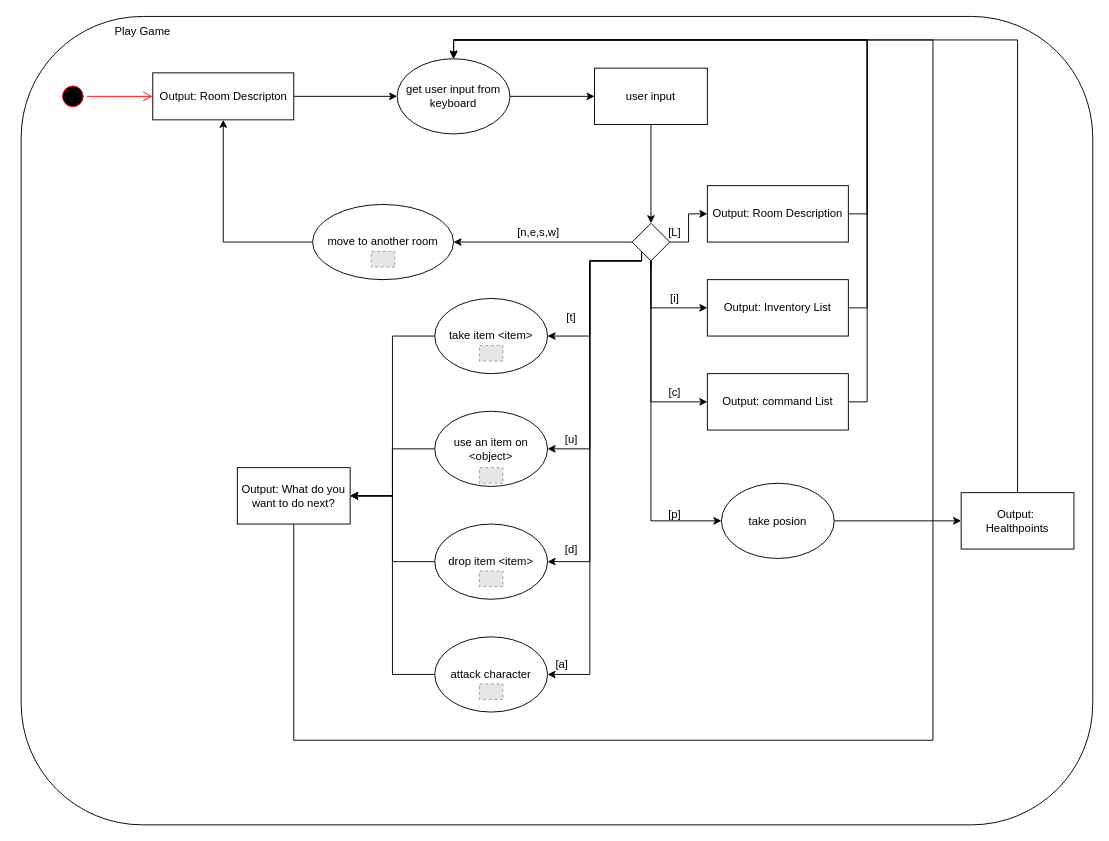
The draw.io diagram Concept/ActivityDiagram/ActivityDiagramPlayGame.drawio in sabinecelina/SDAbschlussaufgabe, before the edit. Source tidied: cells renumbered, new cells numbered last; positions are measured from the earlier drawing's top-left corner, leaving out a move shared by most shapes. Both pictures are drawn from the tidied source at 94%, with x=0, y=0 at pixel (21, 16). Pictures stored in the file or linked from it are replaced by grey dashed boxes.
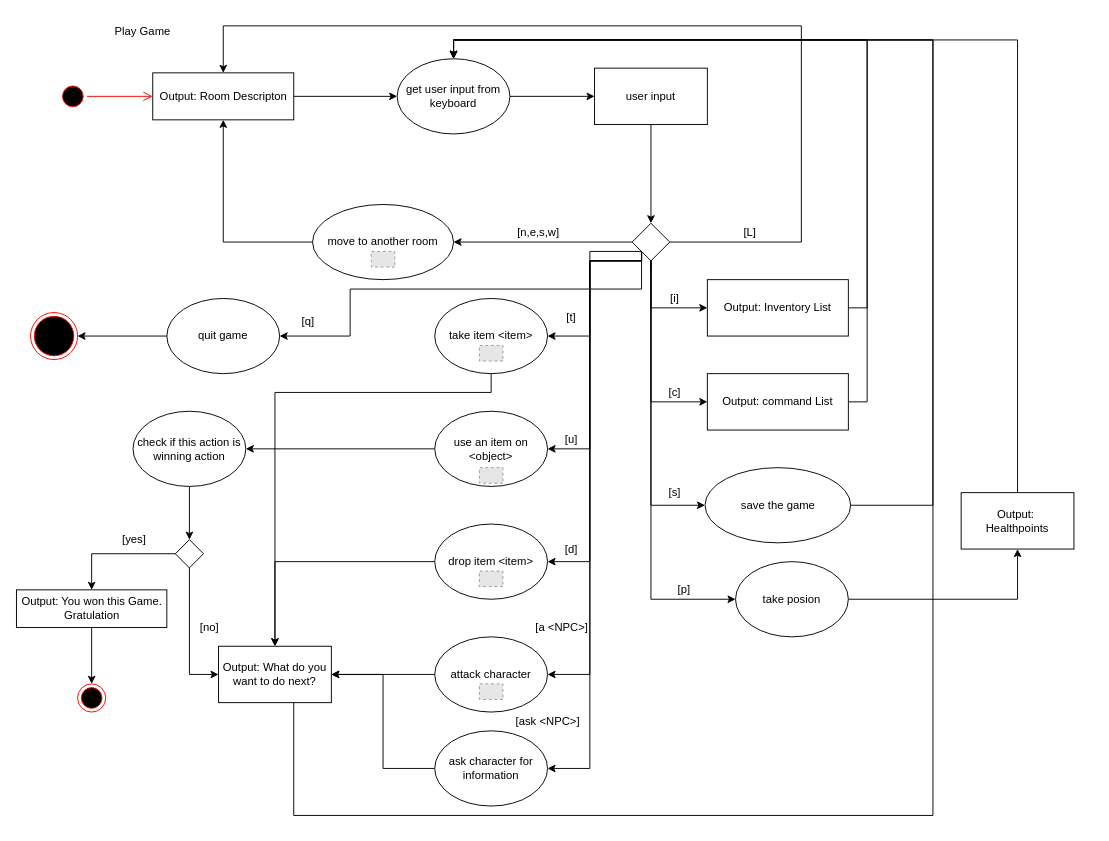
After the change.

Commit message (it also covers changes not shown here):
changed activity diagram

The change refers to these unchanged cells:
```xml
<mxCell id="4" value="Output: Room Descripton" style="html=1;" parent="1" vertex="1">
  <mxGeometry x="140" y="60" width="150" height="50" as="geometry" />
</mxCell>
<mxCell id="8" value="get user input from keyboard" style="ellipse;whiteSpace=wrap;html=1;" parent="1" vertex="1">
  <mxGeometry x="400" y="45" width="120" height="80" as="geometry" />
</mxCell>
<mxCell id="20" style="rhombus;whiteSpace=wrap;html=1;" parent="1" vertex="1">
  <mxGeometry x="650" y="220" width="40" height="40" as="geometry" />
</mxCell>
<mxCell id="33" value="take item &amp;lt;item&amp;gt;" style="ellipse;whiteSpace=wrap;html=1;" parent="1" vertex="1">
  <mxGeometry x="440" y="300" width="120" height="80" as="geometry" />
</mxCell>
<mxCell id="35" value="use an item on &amp;lt;object&amp;gt;" style="ellipse;whiteSpace=wrap;html=1;" parent="1" vertex="1">
  <mxGeometry x="440" y="420" width="120" height="80" as="geometry" />
</mxCell>
<mxCell id="37" value="drop item &amp;lt;item&amp;gt;" style="ellipse;whiteSpace=wrap;html=1;" parent="1" vertex="1">
  <mxGeometry x="440" y="540" width="120" height="80" as="geometry" />
</mxCell>
<mxCell id="47" value="Output:&amp;nbsp;&lt;br&gt;Healthpoints" style="rounded=0;whiteSpace=wrap;html=1;" parent="1" vertex="1">
  <mxGeometry x="1000" y="506.6" width="120" height="60" as="geometry" />
</mxCell>
```

The edit, as a diff of the source:
```diff
@@
-    <mxCell id="2" style="rounded=1;whiteSpace=wrap;html=1;" parent="1" vertex="1">
-      <mxGeometry width="1140" height="860" as="geometry" />
-    </mxCell>
@@
-    <mxCell id="11" style="edgeStyle=orthogonalEdgeStyle;rounded=0;jettySize=auto;html=1;" parent="1" edge="1" source="20" target="22">
-      <mxGeometry relative="1" as="geometry" />
-    </mxCell>
@@
     <mxCell id="19" style="edgeStyle=orthogonalEdgeStyle;rounded=0;jettySize=auto;html=1;entryX=0;entryY=0.5;entryDx=0;entryDy=0;" parent="1" edge="1" source="20" target="45">
       <mxGeometry relative="1" as="geometry">
         <Array as="points">
-          <mxPoint x="670" y="537" />
+          <mxPoint x="670" y="620" />
         </Array>
       </mxGeometry>
     </mxCell>
+    <mxCell id="58" style="edgeStyle=orthogonalEdgeStyle;rounded=0;jettySize=auto;html=1;exitX=0;exitY=1;exitDx=0;exitDy=0;entryX=1;entryY=0.5;entryDx=0;entryDy=0;" parent="1" edge="1" source="20" target="64">
+      <mxGeometry relative="1" as="geometry">
+        <Array as="points">
+          <mxPoint x="660" y="290" />
+          <mxPoint x="350" y="290" />
+          <mxPoint x="350" y="340" />
+        </Array>
+      </mxGeometry>
+    </mxCell>
+    <mxCell id="59" style="edgeStyle=orthogonalEdgeStyle;rounded=0;jettySize=auto;html=1;exitX=0.5;exitY=1;exitDx=0;exitDy=0;entryX=0;entryY=0.5;entryDx=0;entryDy=0;" parent="1" edge="1" source="20" target="68">
+      <mxGeometry relative="1" as="geometry" />
+    </mxCell>
+    <mxCell id="60" style="edgeStyle=orthogonalEdgeStyle;rounded=0;jettySize=auto;html=1;exitX=0;exitY=1;exitDx=0;exitDy=0;entryX=1;entryY=0.5;entryDx=0;entryDy=0;" parent="1" edge="1" source="20" target="81">
+      <mxGeometry relative="1" as="geometry" />
+    </mxCell>
+    <mxCell id="61" style="edgeStyle=orthogonalEdgeStyle;rounded=0;jettySize=auto;html=1;exitX=1;exitY=0.5;exitDx=0;exitDy=0;entryX=0.5;entryY=0;entryDx=0;entryDy=0;" parent="1" edge="1" source="20" target="4">
+      <mxGeometry relative="1" as="geometry">
+        <Array as="points">
+          <mxPoint x="830" y="240" />
+          <mxPoint x="830" y="10" />
+          <mxPoint x="215" y="10" />
+        </Array>
+      </mxGeometry>
+    </mxCell>
@@
-    <mxCell id="21" style="edgeStyle=orthogonalEdgeStyle;rounded=0;jettySize=auto;html=1;exitX=1;exitY=0.5;exitDx=0;exitDy=0;entryX=0.5;entryY=0;entryDx=0;entryDy=0;" parent="1" edge="1" source="22" target="8">
-      <mxGeometry relative="1" as="geometry" />
-    </mxCell>
-    <mxCell id="22" value="Output: Room Description" style="rounded=0;whiteSpace=wrap;html=1;" parent="1" vertex="1">
-      <mxGeometry x="730" y="180" width="150" height="60" as="geometry" />
-    </mxCell>
     <mxCell id="23" value="[L]" style="text;html=1;align=center;verticalAlign=middle;" parent="1" vertex="1">
-      <mxGeometry x="680" y="220" width="30" height="20" as="geometry" />
+      <mxGeometry x="760" y="220" width="30" height="20" as="geometry" />
     </mxCell>
@@
-    <mxCell id="32" style="edgeStyle=orthogonalEdgeStyle;rounded=0;jettySize=auto;html=1;entryX=1;entryY=0.5;entryDx=0;entryDy=0;" parent="1" edge="1" source="33" target="55">
-      <mxGeometry relative="1" as="geometry" />
+    <mxCell id="32" style="edgeStyle=orthogonalEdgeStyle;rounded=0;jettySize=auto;html=1;" parent="1" edge="1" source="33" target="55">
+      <mxGeometry relative="1" as="geometry">
+        <Array as="points">
+          <mxPoint x="500" y="400" />
+          <mxPoint x="270" y="400" />
+        </Array>
+      </mxGeometry>
     </mxCell>
@@
-    <mxCell id="34" style="edgeStyle=orthogonalEdgeStyle;rounded=0;jettySize=auto;html=1;entryX=1;entryY=0.5;entryDx=0;entryDy=0;" parent="1" edge="1" source="35" target="55">
-      <mxGeometry relative="1" as="geometry" />
-    </mxCell>
+    <mxCell id="62" style="edgeStyle=orthogonalEdgeStyle;rounded=0;jettySize=auto;html=1;" parent="1" edge="1" source="35" target="71">
+      <mxGeometry relative="1" as="geometry" />
+    </mxCell>
@@
-    <mxCell id="36" style="edgeStyle=orthogonalEdgeStyle;rounded=0;jettySize=auto;html=1;entryX=1;entryY=0.5;entryDx=0;entryDy=0;" parent="1" edge="1" source="37" target="55">
+    <mxCell id="36" style="edgeStyle=orthogonalEdgeStyle;rounded=0;jettySize=auto;html=1;entryX=0.5;entryY=0;entryDx=0;entryDy=0;" parent="1" edge="1" source="37" target="55">
       <mxGeometry relative="1" as="geometry" />
     </mxCell>
@@
-    <mxCell id="44" style="edgeStyle=orthogonalEdgeStyle;rounded=0;jettySize=auto;html=1;exitX=1;exitY=0.5;exitDx=0;exitDy=0;entryX=0;entryY=0.5;entryDx=0;entryDy=0;" parent="1" edge="1" source="45" target="47">
+    <mxCell id="44" style="edgeStyle=orthogonalEdgeStyle;rounded=0;jettySize=auto;html=1;entryX=0.5;entryY=1;entryDx=0;entryDy=0;" parent="1" edge="1" source="45" target="47">
       <mxGeometry relative="1" as="geometry" />
     </mxCell>
     <mxCell id="45" value="take posion" style="ellipse;whiteSpace=wrap;html=1;" parent="1" vertex="1">
-      <mxGeometry x="745" y="496.6" width="120" height="80" as="geometry" />
+      <mxGeometry x="760" y="580" width="120" height="80" as="geometry" />
     </mxCell>
@@
     <mxCell id="48" value="[p]" style="text;html=1;align=center;verticalAlign=middle;" parent="1" vertex="1">
-      <mxGeometry x="680" y="520" width="30" height="20" as="geometry" />
+      <mxGeometry x="690" y="600" width="30" height="20" as="geometry" />
     </mxCell>
-    <mxCell id="49" value="[a]" style="text;html=1;align=center;verticalAlign=middle;" parent="1" vertex="1">
-      <mxGeometry x="560" y="680" width="30" height="20" as="geometry" />
+    <mxCell id="49" value="[a &amp;lt;NPC&amp;gt;]" style="text;html=1;align=center;verticalAlign=middle;" parent="1" vertex="1">
+      <mxGeometry x="540" y="640" width="70" height="20" as="geometry" />
     </mxCell>
@@
     <mxCell id="54" style="edgeStyle=orthogonalEdgeStyle;rounded=0;jettySize=auto;html=1;entryX=0.5;entryY=0;entryDx=0;entryDy=0;" parent="1" edge="1" source="55" target="8">
       <mxGeometry relative="1" as="geometry">
         <Array as="points">
-          <mxPoint x="290" y="770" />
-          <mxPoint x="970" y="770" />
+          <mxPoint x="290" y="850" />
+          <mxPoint x="970" y="850" />
           <mxPoint x="970" y="25" />
           <mxPoint x="460" y="25" />
         </Array>
       </mxGeometry>
     </mxCell>
     <mxCell id="55" value="Output: What do you want to do next?" style="rounded=0;whiteSpace=wrap;html=1;" parent="1" vertex="1">
-      <mxGeometry x="230" y="480" width="120" height="60" as="geometry" />
+      <mxGeometry x="210" y="670" width="120" height="60" as="geometry" />
     </mxCell>
@@
+    <mxCell id="63" style="edgeStyle=orthogonalEdgeStyle;rounded=0;jettySize=auto;html=1;entryX=1;entryY=0.5;entryDx=0;entryDy=0;" parent="1" edge="1" source="64" target="65">
+      <mxGeometry relative="1" as="geometry" />
+    </mxCell>
+    <mxCell id="64" value="quit game" style="ellipse;whiteSpace=wrap;html=1;" parent="1" vertex="1">
+      <mxGeometry x="155" y="300" width="120" height="80" as="geometry" />
+    </mxCell>
+    <mxCell id="65" style="ellipse;html=1;shape=endState;fillColor=#000000;strokeColor=#ff0000;" parent="1" vertex="1">
+      <mxGeometry x="10" y="315" width="50" height="50" as="geometry" />
+    </mxCell>
+    <mxCell id="66" value="[q]" style="text;html=1;align=center;verticalAlign=middle;" parent="1" vertex="1">
+      <mxGeometry x="290" y="315" width="30" height="20" as="geometry" />
+    </mxCell>
+    <mxCell id="67" style="edgeStyle=orthogonalEdgeStyle;rounded=0;jettySize=auto;html=1;entryX=0.5;entryY=0;entryDx=0;entryDy=0;" parent="1" edge="1" source="68" target="8">
+      <mxGeometry relative="1" as="geometry">
+        <Array as="points">
+          <mxPoint x="970" y="520" />
+          <mxPoint x="970" y="25" />
+          <mxPoint x="460" y="25" />
+        </Array>
+      </mxGeometry>
+    </mxCell>
+    <mxCell id="68" value="save the game" style="ellipse;whiteSpace=wrap;html=1;" parent="1" vertex="1">
+      <mxGeometry x="727.5" y="480" width="155" height="80" as="geometry" />
+    </mxCell>
+    <mxCell id="69" value="[s]" style="text;html=1;align=center;verticalAlign=middle;" parent="1" vertex="1">
+      <mxGeometry x="680" y="496.6" width="30" height="20" as="geometry" />
+    </mxCell>
+    <mxCell id="70" style="edgeStyle=orthogonalEdgeStyle;rounded=0;jettySize=auto;html=1;entryX=0.5;entryY=0;entryDx=0;entryDy=0;" parent="1" edge="1" source="71" target="74">
+      <mxGeometry relative="1" as="geometry" />
+    </mxCell>
+    <mxCell id="71" value="check if this action is winning action" style="ellipse;whiteSpace=wrap;html=1;" parent="1" vertex="1">
+      <mxGeometry x="119" y="420" width="120" height="80" as="geometry" />
+    </mxCell>
+    <mxCell id="72" style="edgeStyle=orthogonalEdgeStyle;rounded=0;jettySize=auto;html=1;exitX=0;exitY=0.5;exitDx=0;exitDy=0;entryX=0;entryY=0.5;entryDx=0;entryDy=0;" parent="1" edge="1" source="74" target="55">
+      <mxGeometry relative="1" as="geometry">
+        <Array as="points">
+          <mxPoint x="179" y="572" />
+          <mxPoint x="179" y="700" />
+        </Array>
+      </mxGeometry>
+    </mxCell>
+    <mxCell id="73" style="edgeStyle=orthogonalEdgeStyle;rounded=0;jettySize=auto;html=1;" parent="1" edge="1" source="74" target="78">
+      <mxGeometry relative="1" as="geometry" />
+    </mxCell>
+    <mxCell id="74" style="rhombus;whiteSpace=wrap;html=1;" parent="1" vertex="1">
+      <mxGeometry x="164" y="556.6" width="30" height="30" as="geometry" />
+    </mxCell>
+    <mxCell id="75" value="[yes]" style="text;html=1;align=center;verticalAlign=middle;" parent="1" vertex="1">
+      <mxGeometry x="100" y="546.6" width="40" height="20" as="geometry" />
+    </mxCell>
+    <mxCell id="76" value="[no]" style="text;html=1;align=center;verticalAlign=middle;" parent="1" vertex="1">
+      <mxGeometry x="180" y="640" width="40" height="20" as="geometry" />
+    </mxCell>
+    <mxCell id="77" style="edgeStyle=orthogonalEdgeStyle;rounded=0;jettySize=auto;html=1;entryX=0.5;entryY=0;entryDx=0;entryDy=0;" parent="1" edge="1" source="78" target="79">
+      <mxGeometry relative="1" as="geometry" />
+    </mxCell>
+    <mxCell id="78" value="Output: You won this Game. &lt;br&gt;Gratulation" style="html=1;" parent="1" vertex="1">
+      <mxGeometry x="-5" y="610" width="160" height="40" as="geometry" />
+    </mxCell>
+    <mxCell id="79" style="ellipse;html=1;shape=endState;fillColor=#000000;strokeColor=#ff0000;" parent="1" vertex="1">
+      <mxGeometry x="60" y="710" width="30" height="30" as="geometry" />
+    </mxCell>
+    <mxCell id="80" style="edgeStyle=orthogonalEdgeStyle;rounded=0;jettySize=auto;html=1;entryX=1;entryY=0.5;entryDx=0;entryDy=0;" parent="1" edge="1" source="81" target="55">
+      <mxGeometry relative="1" as="geometry" />
+    </mxCell>
+    <mxCell id="81" value="ask character for information" style="ellipse;whiteSpace=wrap;html=1;" parent="1" vertex="1">
+      <mxGeometry x="440" y="760" width="120" height="80" as="geometry" />
+    </mxCell>
+    <mxCell id="82" value="[ask &amp;lt;NPC&amp;gt;]" style="text;html=1;align=center;verticalAlign=middle;" parent="1" vertex="1">
+      <mxGeometry x="520" y="740" width="80" height="20" as="geometry" />
+    </mxCell>
```
